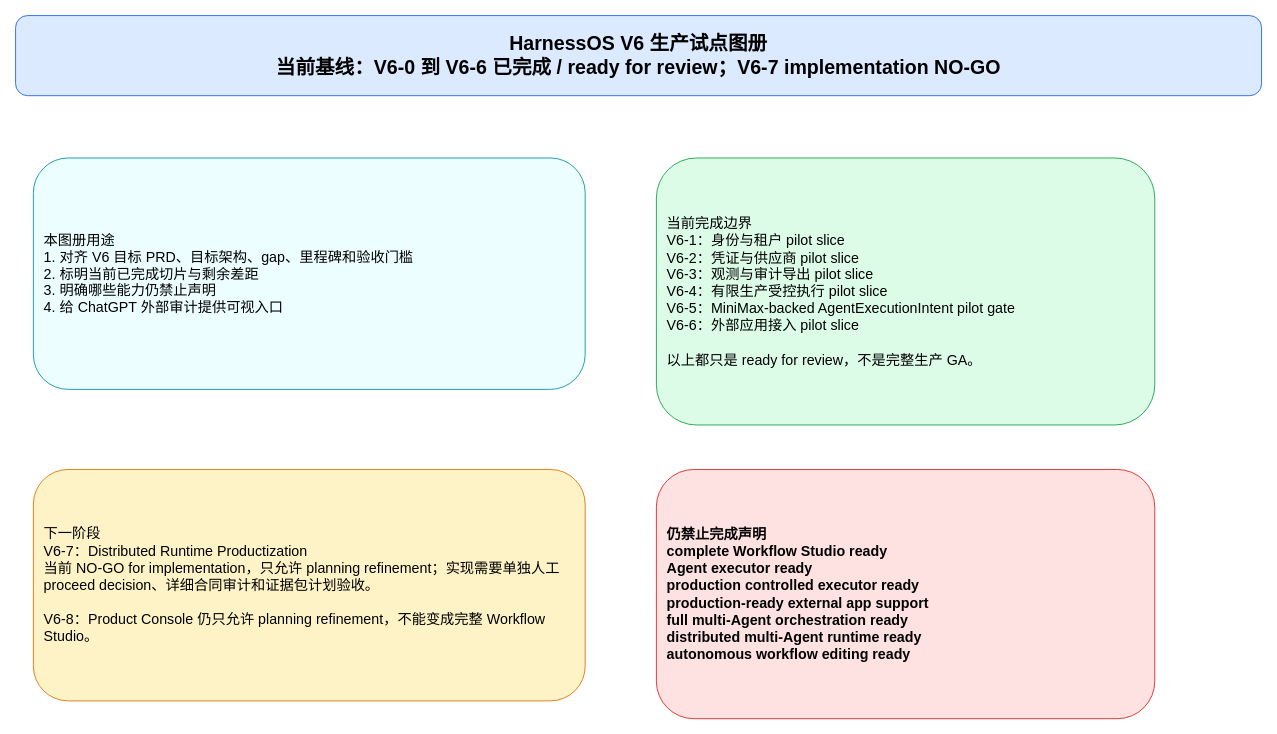
Earlier version of the draw.io diagram page "01 阅读指南" (1 of 8) of harnessOS/docs/design/V6.x/v6_current_gap_analysis.drawio (ljx418/meeting-voice-assistant). Source tidied: cells renumbered, new cells numbered last; positions are measured from the earlier drawing's top-left corner, leaving out a move shared by most shapes. Both pictures are drawn from the tidied source at 89%, with x=0, y=0 at pixel (15, 15).
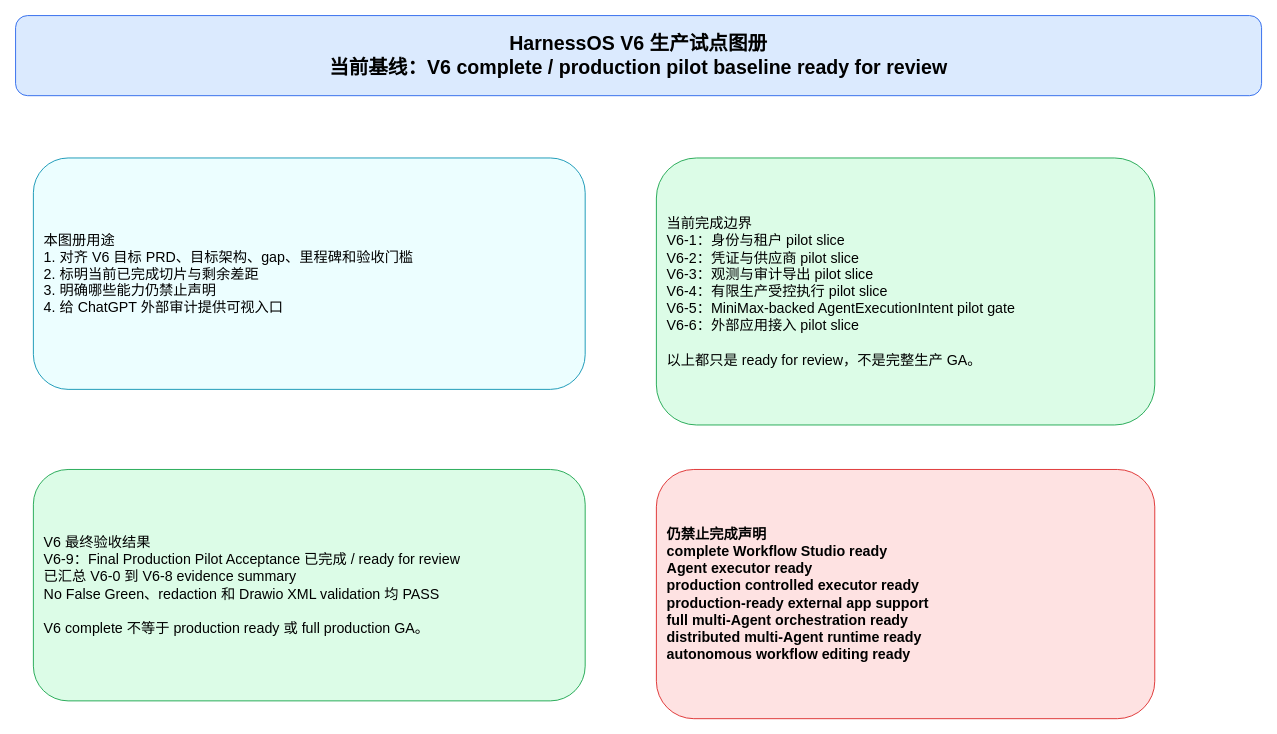
The same page after the edit.

What changed in the source:
```diff
@@
 <mxGraphModel>
   <root>
     <mxCell id="0" />
     <mxCell id="1" parent="0" />
-    <mxCell id="2" value="HarnessOS V6 生产试点图册&#10;当前基线：V6-0 到 V6-6 已完成 / ready for review；V6-7 implementation NO-GO" style="rounded=1;whiteSpace=wrap;html=1;fillColor=#dbeafe;strokeColor=#2563eb;fontSize=22;fontStyle=1;align=center;" parent="1" vertex="1">
+    <mxCell id="2" value="HarnessOS V6 生产试点图册&#10;当前基线：V6 complete / production pilot baseline ready for review" style="rounded=1;whiteSpace=wrap;html=1;fillColor=#dbeafe;strokeColor=#2563eb;fontSize=22;fontStyle=1;align=center;" parent="1" vertex="1">
       <mxGeometry width="1400" height="90" as="geometry" />
     </mxCell>
     <mxCell id="3" value="本图册用途&#10;1. 对齐 V6 目标 PRD、目标架构、gap、里程碑和验收门槛&#10;2. 标明当前已完成切片与剩余差距&#10;3. 明确哪些能力仍禁止声明&#10;4. 给 ChatGPT 外部审计提供可视入口" style="rounded=1;whiteSpace=wrap;html=1;fillColor=#ecfeff;strokeColor=#0891b2;fontSize=16;align=left;spacing=12;" parent="1" vertex="1">
       <mxGeometry x="20" y="160" width="620" height="260" as="geometry" />
     </mxCell>
     <mxCell id="4" value="当前完成边界&#10;V6-1：身份与租户 pilot slice&#10;V6-2：凭证与供应商 pilot slice&#10;V6-3：观测与审计导出 pilot slice&#10;V6-4：有限生产受控执行 pilot slice&#10;V6-5：MiniMax-backed AgentExecutionIntent pilot gate&#10;V6-6：外部应用接入 pilot slice&#10;&#10;以上都只是 ready for review，不是完整生产 GA。" style="rounded=1;whiteSpace=wrap;html=1;fillColor=#dcfce7;strokeColor=#16a34a;fontSize=16;align=left;spacing=12;" parent="1" vertex="1">
       <mxGeometry x="720" y="160" width="560" height="300" as="geometry" />
     </mxCell>
-    <mxCell id="5" value="下一阶段&#10;V6-7：Distributed Runtime Productization&#10;当前 NO-GO for implementation，只允许 planning refinement；实现需要单独人工 proceed decision、详细合同审计和证据包计划验收。&#10;&#10;V6-8：Product Console 仍只允许 planning refinement，不能变成完整 Workflow Studio。" style="rounded=1;whiteSpace=wrap;html=1;fillColor=#fef3c7;strokeColor=#d97706;fontSize=16;align=left;spacing=12;" parent="1" vertex="1">
+    <mxCell id="5" value="V6 最终验收结果&#10;V6-9：Final Production Pilot Acceptance 已完成 / ready for review&#10;已汇总 V6-0 到 V6-8 evidence summary&#10;No False Green、redaction 和 Drawio XML validation 均 PASS&#10;&#10;V6 complete 不等于 production ready 或 full production GA。" style="rounded=1;whiteSpace=wrap;html=1;fillColor=#dcfce7;strokeColor=#16a34a;fontSize=16;align=left;spacing=12;" parent="1" vertex="1">
       <mxGeometry x="20" y="510" width="620" height="260" as="geometry" />
     </mxCell>
     <mxCell id="6" value="仍禁止完成声明&#10;complete Workflow Studio ready&#10;Agent executor ready&#10;production controlled executor ready&#10;production-ready external app support&#10;full multi-Agent orchestration ready&#10;distributed multi-Agent runtime ready&#10;autonomous workflow editing ready" style="rounded=1;whiteSpace=wrap;html=1;fillColor=#fee2e2;strokeColor=#dc2626;fontSize=16;fontStyle=1;align=left;spacing=12;" parent="1" vertex="1">
       <mxGeometry x="720" y="510" width="560" height="280" as="geometry" />
     </mxCell>
   </root>
 </mxGraphModel>
```
